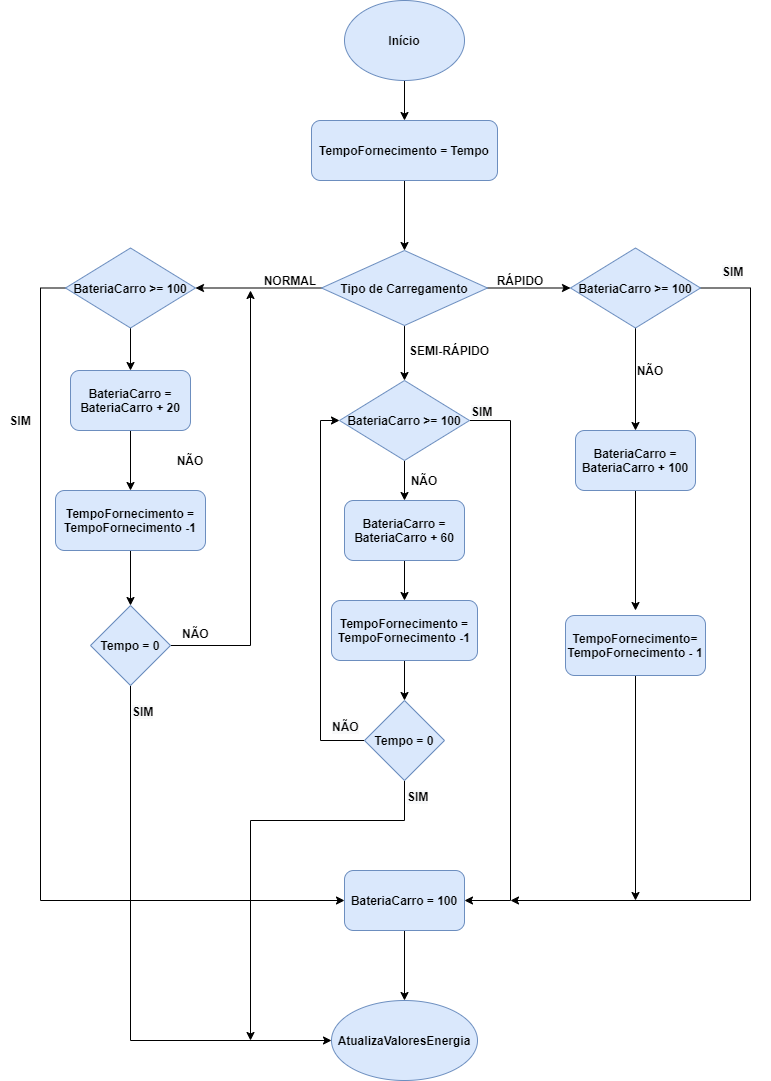
Before: FornecerEnergia.png, a diagram exported from draw.io (ProgRub/Proj2AC). Source tidied: cells renumbered, new cells last; positions are measured from the earlier drawing's top-left corner, leaving out a move shared by most shapes.
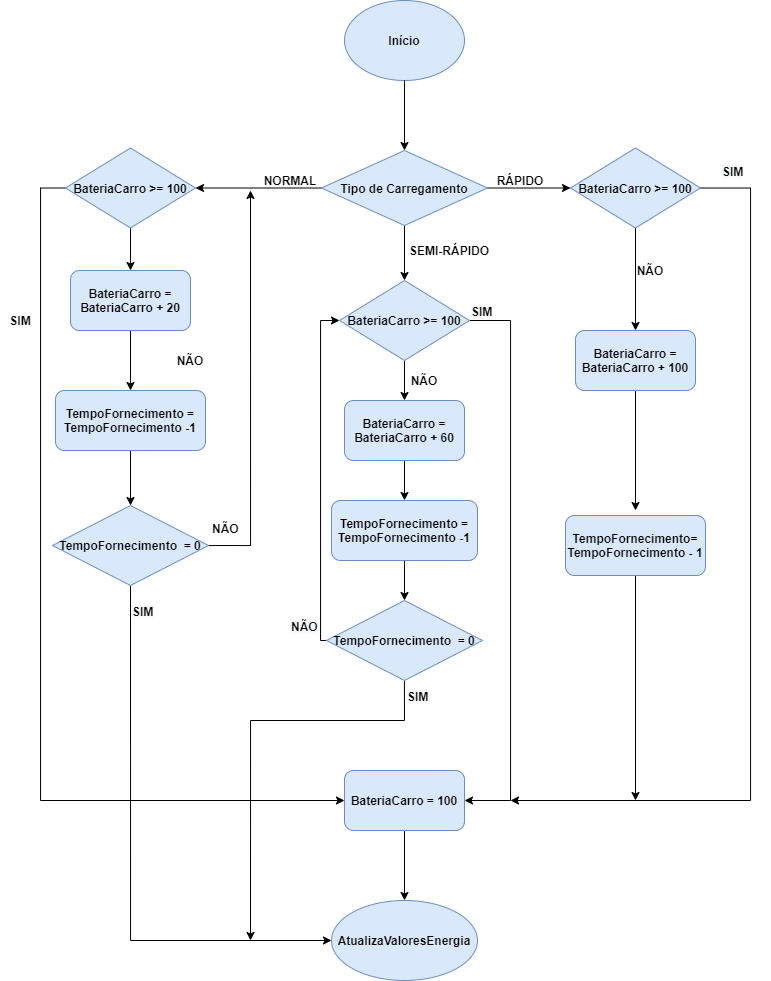
Later version of the same file.

What changed in the source:
```diff
@@ -2,14 +2,13 @@
   <root>
     <mxCell id="0" />
     <mxCell id="1" parent="0" />
-    <mxCell id="2" style="edgeStyle=orthogonalEdgeStyle;rounded=0;jettySize=auto;html=1;entryX=0.5;entryY=0;entryDx=0;entryDy=0;" parent="1" edge="1" source="3" target="38">
-      <mxGeometry relative="1" as="geometry" />
-    </mxCell>
     <mxCell id="3" value="Início" style="ellipse;whiteSpace=wrap;html=1;fillColor=#dae8fc;strokeColor=#6c8ebf;fontStyle=1;" parent="1" vertex="1">
-      <mxGeometry x="344" width="120" height="80" as="geometry" />
+      <mxGeometry x="344" y="100" width="120" height="80" as="geometry" />
     </mxCell>
-    <mxCell id="4" style="edgeStyle=orthogonalEdgeStyle;rounded=0;jettySize=auto;html=1;entryX=0.5;entryY=0;entryDx=0;entryDy=0;" parent="1" edge="1" source="5" target="16">
-      <mxGeometry relative="1" as="geometry" />
+    <mxCell id="4" style="edgeStyle=orthogonalEdgeStyle;rounded=0;jettySize=auto;html=1;entryX=0.5;entryY=0;entryDx=0;entryDy=0;" parent="1" edge="1" source="5">
+      <mxGeometry relative="1" as="geometry">
+        <mxPoint x="130" y="605" as="targetPoint" />
+      </mxGeometry>
     </mxCell>
     <mxCell id="5" value="TempoFornecimento&amp;nbsp;= TempoFornecimento&amp;nbsp;-1" style="rounded=1;whiteSpace=wrap;html=1;fontStyle=1;fillColor=#dae8fc;strokeColor=#6c8ebf;" parent="1" vertex="1">
       <mxGeometry x="55" y="490" width="150" height="60" as="geometry" />
@@ -45,21 +44,20 @@
     <mxCell id="13" value="RÁPIDO" style="text;html=1;strokeColor=none;fillColor=none;align=center;verticalAlign=middle;whiteSpace=wrap;rounded=0;fontStyle=1;" parent="1" vertex="1">
       <mxGeometry x="500" y="270" width="40" height="20" as="geometry" />
     </mxCell>
-    <mxCell id="14" style="edgeStyle=orthogonalEdgeStyle;rounded=0;jettySize=auto;html=1;" parent="1" edge="1" source="16">
+    <mxCell id="14" style="edgeStyle=orthogonalEdgeStyle;rounded=0;orthogonalLoop=1;jettySize=auto;html=1;" parent="1" edge="1">
       <mxGeometry relative="1" as="geometry">
+        <mxPoint x="170" y="645" as="sourcePoint" />
         <mxPoint x="250" y="290" as="targetPoint" />
       </mxGeometry>
     </mxCell>
-    <mxCell id="15" style="edgeStyle=orthogonalEdgeStyle;rounded=0;jettySize=auto;html=1;entryX=0;entryY=0.5;entryDx=0;entryDy=0;" parent="1" edge="1" source="16" target="34">
+    <mxCell id="15" style="edgeStyle=orthogonalEdgeStyle;rounded=0;jettySize=auto;html=1;entryX=0;entryY=0.5;entryDx=0;entryDy=0;" parent="1" edge="1" target="34">
       <mxGeometry relative="1" as="geometry">
+        <mxPoint x="130" y="685" as="sourcePoint" />
         <Array as="points">
           <mxPoint x="130" y="1040" />
         </Array>
       </mxGeometry>
     </mxCell>
-    <mxCell id="16" value="Tempo = 0" style="rhombus;whiteSpace=wrap;html=1;fontStyle=1;fillColor=#dae8fc;strokeColor=#6c8ebf;" parent="1" vertex="1">
-      <mxGeometry x="90" y="605" width="80" height="80" as="geometry" />
-    </mxCell>
     <mxCell id="17" style="edgeStyle=orthogonalEdgeStyle;rounded=0;jettySize=auto;html=1;entryX=0;entryY=0.5;entryDx=0;entryDy=0;exitX=0;exitY=0.5;exitDx=0;exitDy=0;" parent="1" edge="1" source="39" target="29">
       <mxGeometry relative="1" as="geometry">
         <Array as="points">
@@ -110,8 +108,8 @@
         </Array>
       </mxGeometry>
     </mxCell>
-    <mxCell id="27" value="Tempo = 0" style="rhombus;whiteSpace=wrap;html=1;fontStyle=1;fillColor=#dae8fc;strokeColor=#6c8ebf;" parent="1" vertex="1">
-      <mxGeometry x="364" y="700" width="80" height="80" as="geometry" />
+    <mxCell id="27" value="TempoFornecimento&amp;nbsp;&amp;nbsp;= 0" style="rhombus;whiteSpace=wrap;html=1;fontStyle=1;fillColor=#dae8fc;strokeColor=#6c8ebf;" parent="1" vertex="1">
+      <mxGeometry x="326" y="700" width="156" height="80" as="geometry" />
     </mxCell>
     <mxCell id="28" style="edgeStyle=orthogonalEdgeStyle;rounded=0;jettySize=auto;html=1;entryX=0.5;entryY=0;entryDx=0;entryDy=0;" parent="1" edge="1" source="29" target="34">
       <mxGeometry relative="1" as="geometry" />
@@ -126,10 +124,10 @@
       <mxGeometry x="469" y="370" width="50" height="70" as="geometry" />
     </mxCell>
     <mxCell id="32" value="&lt;div&gt;NÃO&lt;/div&gt;" style="text;whiteSpace=wrap;html=1;fontStyle=1;" parent="1" vertex="1">
-      <mxGeometry x="180" y="620" width="50" height="20" as="geometry" />
+      <mxGeometry x="210" y="615" width="50" height="20" as="geometry" />
     </mxCell>
     <mxCell id="33" value="&lt;div&gt;&#10;&#10;&lt;!--StartFragment--&gt;&lt;span style=&quot;color: rgb(0, 0, 0); font-family: Helvetica; font-size: 12px; font-style: normal; font-variant-ligatures: normal; font-variant-caps: normal; letter-spacing: normal; orphans: 2; text-align: left; text-indent: 0px; text-transform: none; widows: 2; word-spacing: 0px; -webkit-text-stroke-width: 0px; background-color: rgb(248, 249, 250); text-decoration-style: initial; text-decoration-color: initial; float: none; display: inline !important;&quot;&gt;NÃO&lt;/span&gt;&lt;!--EndFragment--&gt;&#10;&#10;&lt;/div&gt;" style="text;whiteSpace=wrap;html=1;fontStyle=1;" parent="1" vertex="1">
-      <mxGeometry x="330" y="685" width="50" height="70" as="geometry" />
+      <mxGeometry x="289" y="685" width="50" height="70" as="geometry" />
     </mxCell>
     <mxCell id="34" value="AtualizaValoresEnergia" style="ellipse;whiteSpace=wrap;html=1;fontStyle=1;fillColor=#dae8fc;strokeColor=#6c8ebf;" parent="1" vertex="1">
       <mxGeometry x="331" y="1000" width="146" height="80" as="geometry" />
@@ -140,12 +138,11 @@
     <mxCell id="36" value="&lt;div&gt;&#10;&#10;&lt;!--StartFragment--&gt;&lt;span style=&quot;color: rgb(0, 0, 0); font-family: Helvetica; font-size: 12px; font-style: normal; font-variant-ligatures: normal; font-variant-caps: normal; letter-spacing: normal; orphans: 2; text-align: center; text-indent: 0px; text-transform: none; widows: 2; word-spacing: 0px; -webkit-text-stroke-width: 0px; background-color: rgb(248, 249, 250); text-decoration-style: initial; text-decoration-color: initial; float: none; display: inline !important;&quot;&gt;SIM&lt;/span&gt;&lt;!--EndFragment--&gt;&#10;&#10;&lt;/div&gt;" style="text;whiteSpace=wrap;html=1;fontStyle=1;" parent="1" vertex="1">
       <mxGeometry x="405" y="755" width="50" height="70" as="geometry" />
     </mxCell>
-    <mxCell id="37" style="edgeStyle=orthogonalEdgeStyle;rounded=0;jettySize=auto;html=1;entryX=0;entryY=0.5;entryDx=0;entryDy=0;" parent="1" edge="1" source="38" target="9">
-      <mxGeometry relative="1" as="geometry" />
+    <mxCell id="37" style="edgeStyle=orthogonalEdgeStyle;rounded=0;jettySize=auto;html=1;entryX=0;entryY=0.5;entryDx=0;entryDy=0;" parent="1" edge="1" target="9">
+      <mxGeometry relative="1" as="geometry">
+        <mxPoint x="404" y="180" as="sourcePoint" />
+      </mxGeometry>
     </mxCell>
-    <mxCell id="38" value="TempoFornecimento = Tempo" style="rounded=1;whiteSpace=wrap;html=1;fillColor=#dae8fc;strokeColor=#6c8ebf;fontStyle=1;" parent="1" vertex="1">
-      <mxGeometry x="311" y="120" width="186" height="60" as="geometry" />
-    </mxCell>
     <mxCell id="39" value="BateriaCarro &amp;gt;= 100" style="rhombus;whiteSpace=wrap;html=1;fontStyle=1;fillColor=#dae8fc;strokeColor=#6c8ebf;" parent="1" vertex="1">
       <mxGeometry x="65" y="247.5" width="130" height="80" as="geometry" />
     </mxCell>
@@ -201,5 +198,8 @@
     <mxCell id="52" value="&lt;div&gt;&#10;&#10;&lt;!--StartFragment--&gt;&lt;span style=&quot;color: rgb(0, 0, 0); font-family: Helvetica; font-size: 12px; font-style: normal; font-variant-ligatures: normal; font-variant-caps: normal; letter-spacing: normal; orphans: 2; text-align: center; text-indent: 0px; text-transform: none; widows: 2; word-spacing: 0px; -webkit-text-stroke-width: 0px; background-color: rgb(248, 249, 250); text-decoration-style: initial; text-decoration-color: initial; float: none; display: inline !important;&quot;&gt;SIM&lt;/span&gt;&lt;!--EndFragment--&gt;&#10;&#10;&lt;/div&gt;" style="text;whiteSpace=wrap;html=1;fontStyle=1;" parent="1" vertex="1">
       <mxGeometry x="720" y="230" width="50" height="70" as="geometry" />
     </mxCell>
+    <mxCell id="53" value="TempoFornecimento&amp;nbsp;&amp;nbsp;= 0" style="rhombus;whiteSpace=wrap;html=1;fontStyle=1;fillColor=#dae8fc;strokeColor=#6c8ebf;" parent="1" vertex="1">
+      <mxGeometry x="52" y="605" width="156" height="80" as="geometry" />
+    </mxCell>
   </root>
 </mxGraphModel>
```
